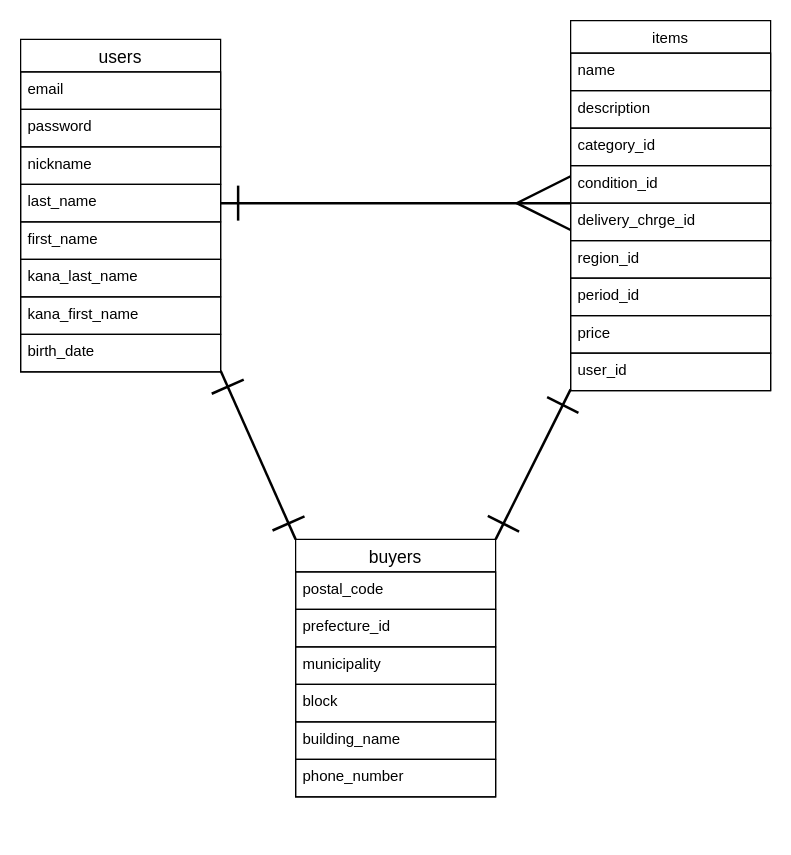
shun-09/furima-39851 keeps this draw.io diagram as ER.dio. Above is the earlier version. Source tidied: cells renumbered, new cells numbered last; positions are measured from the earlier drawing's top-left corner, leaving out a move shared by most shapes. Both pictures are drawn from the tidied source at 125%, with x=0, y=0 at pixel (20, 20).
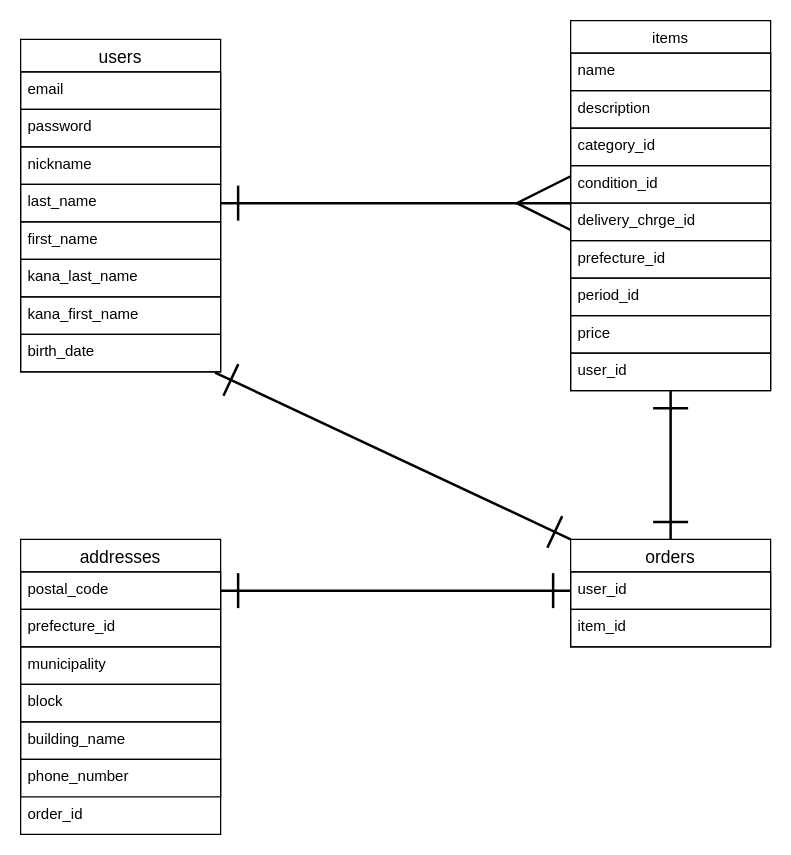
The same diagram, later.

Commit message (it also covers changes not shown here):
odersテーブル作成とそれに伴う修正

The change refers to these unchanged cells:
```xml
<mxCell id="10" value="birth_date" style="text;strokeColor=default;fillColor=none;spacingLeft=4;spacingRight=4;overflow=hidden;points=[[0,0.5],[1,0.5]];portConstraint=eastwest;fontSize=12;" parent="2" vertex="1">
  <mxGeometry y="236" width="160" height="30" as="geometry" />
</mxCell>
<mxCell id="11" value="items" style="swimlane;fontStyle=0;horizontal=1;startSize=26;align=center;fontSize=12;" parent="1" vertex="1">
  <mxGeometry x="440" width="160" height="296" as="geometry" />
</mxCell>
<mxCell id="20" value="user_id" style="text;strokeColor=default;fillColor=none;spacingLeft=4;spacingRight=4;overflow=hidden;points=[[0,0.5],[1,0.5]];portConstraint=eastwest;fontSize=12;" parent="11" vertex="1">
  <mxGeometry y="266" width="160" height="30" as="geometry" />
</mxCell>
<mxCell id="23" value="postal_code" style="text;strokeColor=default;fillColor=none;spacingLeft=4;spacingRight=4;overflow=hidden;points=[[0,0.5],[1,0.5]];portConstraint=eastwest;fontSize=12;labelBackgroundColor=none;" parent="22" vertex="1">
  <mxGeometry y="26" width="160" height="30" as="geometry" />
</mxCell>
```

The edit, as a diff of the source:
```diff
@@
-    <mxCell id="17" value="region_id" style="text;strokeColor=default;fillColor=none;spacingLeft=4;spacingRight=4;overflow=hidden;fontSize=12;" parent="11" vertex="1">
+    <mxCell id="17" value="prefecture_id" style="text;strokeColor=default;fillColor=none;spacingLeft=4;spacingRight=4;overflow=hidden;fontSize=12;" parent="11" vertex="1">
       <mxGeometry y="176" width="160" height="30" as="geometry" />
     </mxCell>
@@
-    <mxCell id="22" value="buyers" style="swimlane;fontStyle=0;horizontal=1;startSize=26;align=center;fontSize=14;labelBackgroundColor=none;strokeColor=default;" parent="1" vertex="1">
-      <mxGeometry x="220" y="415" width="160" height="206" as="geometry" />
+    <mxCell id="22" value="addresses" style="swimlane;fontStyle=0;horizontal=1;startSize=26;align=center;fontSize=14;labelBackgroundColor=none;strokeColor=default;" parent="1" vertex="1">
+      <mxGeometry y="415" width="160" height="236" as="geometry" />
     </mxCell>
@@
+    <mxCell id="31" value="order_id" style="text;strokeColor=none;fillColor=none;spacingLeft=4;spacingRight=4;overflow=hidden;fontSize=12;labelBackgroundColor=none;" parent="22" vertex="1">
+      <mxGeometry y="206" width="160" height="30" as="geometry" />
+    </mxCell>
-    <mxCell id="29" style="endArrow=ERone;html=1;rounded=0;strokeWidth=2;fontSize=12;startSize=25;endSize=25;sourcePerimeterSpacing=0;jumpSize=6;exitX=1;exitY=0;exitDx=0;exitDy=0;startArrow=ERone;startFill=0;endFill=0;" parent="1" edge="1" source="22">
-      <mxGeometry relative="1" as="geometry">
-        <mxPoint x="440" y="295" as="targetPoint" />
-      </mxGeometry>
+    <mxCell id="29" style="endArrow=ERone;html=1;rounded=0;strokeWidth=2;fontSize=12;startSize=25;endSize=25;sourcePerimeterSpacing=0;jumpSize=6;exitX=1;exitY=0.5;exitDx=0;exitDy=0;startArrow=ERone;startFill=0;endFill=0;entryX=0;entryY=0.5;entryDx=0;entryDy=0;" parent="1" edge="1" source="23" target="33">
+      <mxGeometry relative="1" as="geometry" />
     </mxCell>
-    <mxCell id="30" style="endArrow=ERone;html=1;rounded=0;strokeWidth=2;fontSize=12;startSize=25;endSize=25;sourcePerimeterSpacing=0;jumpSize=6;exitX=0;exitY=0;exitDx=0;exitDy=0;startArrow=ERone;startFill=0;endFill=0;entryX=1;entryY=0.967;entryDx=0;entryDy=0;entryPerimeter=0;" parent="1" edge="1" source="22" target="10">
+    <mxCell id="30" style="endArrow=ERone;html=1;rounded=0;strokeWidth=2;fontSize=12;startSize=25;endSize=25;sourcePerimeterSpacing=0;jumpSize=6;exitX=0;exitY=0;exitDx=0;exitDy=0;startArrow=ERone;startFill=0;endFill=0;entryX=0.972;entryY=1.017;entryDx=0;entryDy=0;entryPerimeter=0;" parent="1" edge="1" source="32" target="10">
       <mxGeometry relative="1" as="geometry" />
     </mxCell>
+    <mxCell id="32" value="orders" style="swimlane;fontStyle=0;horizontal=1;startSize=26;align=center;fontSize=14;labelBackgroundColor=none;strokeColor=default;" parent="1" vertex="1">
+      <mxGeometry x="440" y="415" width="160" height="86" as="geometry" />
+    </mxCell>
+    <mxCell id="33" value="user_id" style="text;strokeColor=default;fillColor=none;spacingLeft=4;spacingRight=4;overflow=hidden;points=[[0,0.5],[1,0.5]];portConstraint=eastwest;fontSize=12;labelBackgroundColor=none;" parent="32" vertex="1">
+      <mxGeometry y="26" width="160" height="30" as="geometry" />
+    </mxCell>
+    <mxCell id="34" value="item_id" style="text;strokeColor=default;fillColor=none;spacingLeft=4;spacingRight=4;overflow=hidden;fontSize=12;labelBackgroundColor=none;" parent="32" vertex="1">
+      <mxGeometry y="56" width="160" height="30" as="geometry" />
+    </mxCell>
+    <mxCell id="35" style="endArrow=ERone;html=1;rounded=0;strokeWidth=2;fontSize=12;startSize=25;endSize=25;sourcePerimeterSpacing=0;jumpSize=6;startArrow=ERone;startFill=0;endFill=0;entryX=0.5;entryY=0;entryDx=0;entryDy=0;" parent="1" edge="1" source="20" target="32">
+      <mxGeometry relative="1" as="geometry" />
+    </mxCell>
```
